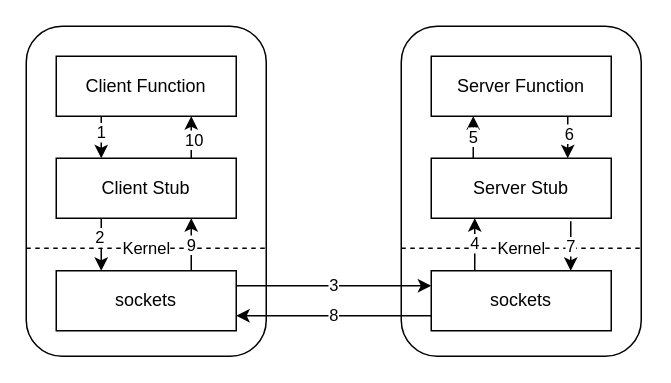
This is RPC过程调用.drawio from scpyzl/learngit, a draw.io file, before an edit. Source tidied: cells renumbered, new cells numbered last; positions are measured from the earlier drawing's top-left corner, leaving out a move shared by most shapes. Both pictures are drawn from the tidied source at 150%, with x=0, y=0 at pixel (26, 26).
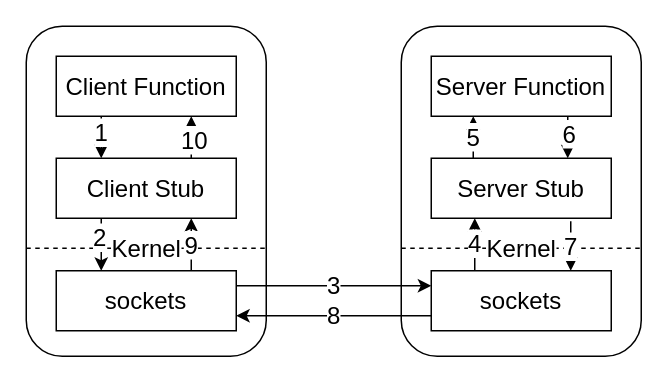
Above is the later version.

Commit message:
更新RPC过程调用.drawio

Diff of the diagram source:
```diff
@@
-    <mxCell id="2" style="group;" parent="1" vertex="1">
+    <mxCell id="2" style="group;fontSize=16;" parent="1" vertex="1">
       <mxGeometry width="160.6" height="220" as="geometry" />
     </mxCell>
-    <mxCell id="3" style="rounded=1;whiteSpace=wrap;html=1;" parent="2" vertex="1">
+    <mxCell id="3" style="rounded=1;whiteSpace=wrap;html=1;fontSize=16;" parent="2" vertex="1">
       <mxGeometry width="160" height="220" as="geometry" />
     </mxCell>
-    <mxCell id="4" value="Client Function" style="rounded=0;whiteSpace=wrap;html=1;" parent="2" vertex="1">
+    <mxCell id="4" value="Client Function" style="rounded=0;whiteSpace=wrap;html=1;fontSize=16;" parent="2" vertex="1">
       <mxGeometry x="20" y="20" width="120" height="40" as="geometry" />
     </mxCell>
-    <mxCell id="5" value="Client Stub" style="rounded=0;whiteSpace=wrap;html=1;" parent="2" vertex="1">
+    <mxCell id="5" value="Client Stub" style="rounded=0;whiteSpace=wrap;html=1;fontSize=16;" parent="2" vertex="1">
       <mxGeometry x="20" y="88" width="120" height="40" as="geometry" />
     </mxCell>
-    <mxCell id="6" value="sockets" style="rounded=0;whiteSpace=wrap;html=1;" parent="2" vertex="1">
+    <mxCell id="6" value="sockets" style="rounded=0;whiteSpace=wrap;html=1;fontSize=16;" parent="2" vertex="1">
       <mxGeometry x="20" y="163" width="120" height="40" as="geometry" />
     </mxCell>
-    <mxCell id="7" value="Kernel" style="endArrow=none;dashed=1;html=1;rounded=0;entryX=1.004;entryY=0.682;entryDx=0;entryDy=0;entryPerimeter=0;" parent="2" edge="1">
+    <mxCell id="7" value="Kernel" style="endArrow=none;dashed=1;html=1;rounded=0;entryX=1.004;entryY=0.682;entryDx=0;entryDy=0;entryPerimeter=0;fontSize=16;" parent="2" edge="1">
       <mxGeometry relative="1" as="geometry">
         <mxPoint y="148" as="sourcePoint" />
         <mxPoint x="160.6" y="148" as="targetPoint" />
       </mxGeometry>
     </mxCell>
-    <mxCell id="8" style="endArrow=classic;html=1;rounded=0;exitX=0.25;exitY=1;exitDx=0;exitDy=0;entryX=0.25;entryY=0;entryDx=0;entryDy=0;" parent="2" edge="1" source="4" target="5">
+    <mxCell id="8" style="endArrow=classic;html=1;rounded=0;exitX=0.25;exitY=1;exitDx=0;exitDy=0;entryX=0.25;entryY=0;entryDx=0;entryDy=0;fontSize=16;" parent="2" edge="1" source="4" target="5">
       <mxGeometry relative="1" as="geometry" />
     </mxCell>
-    <mxCell id="9" value="1" style="edgeLabel;html=1;align=center;verticalAlign=middle;" parent="8" vertex="1">
+    <mxCell id="9" value="1" style="edgeLabel;html=1;align=center;verticalAlign=middle;fontSize=16;" parent="8" vertex="1">
       <mxGeometry x="-0.26" relative="1" as="geometry" />
     </mxCell>
-    <mxCell id="10" style="endArrow=classic;html=1;rounded=0;exitX=0.25;exitY=1;exitDx=0;exitDy=0;entryX=0.25;entryY=0;entryDx=0;entryDy=0;" parent="2" edge="1" target="6">
+    <mxCell id="10" style="endArrow=classic;html=1;rounded=0;exitX=0.25;exitY=1;exitDx=0;exitDy=0;entryX=0.25;entryY=0;entryDx=0;entryDy=0;fontSize=16;" parent="2" edge="1" target="6">
       <mxGeometry relative="1" as="geometry">
         <mxPoint x="50" y="128" as="sourcePoint" />
       </mxGeometry>
     </mxCell>
-    <mxCell id="11" value="2" style="edgeLabel;html=1;align=center;verticalAlign=middle;" parent="10" vertex="1">
+    <mxCell id="11" value="2" style="edgeLabel;html=1;align=center;verticalAlign=middle;fontSize=16;" parent="10" vertex="1">
       <mxGeometry x="-0.3" y="-1" relative="1" as="geometry" />
     </mxCell>
-    <mxCell id="12" style="endArrow=classic;html=1;rounded=0;exitX=0.75;exitY=0;exitDx=0;exitDy=0;entryX=0.75;entryY=1;entryDx=0;entryDy=0;" parent="2" edge="1" source="6" target="5">
+    <mxCell id="12" style="endArrow=classic;html=1;rounded=0;exitX=0.75;exitY=0;exitDx=0;exitDy=0;entryX=0.75;entryY=1;entryDx=0;entryDy=0;fontSize=16;" parent="2" edge="1" source="6" target="5">
       <mxGeometry relative="1" as="geometry" />
     </mxCell>
-    <mxCell id="13" value="9" style="edgeLabel;html=1;align=center;verticalAlign=middle;" parent="12" vertex="1">
+    <mxCell id="13" value="9" style="edgeLabel;html=1;align=center;verticalAlign=middle;fontSize=16;" parent="12" vertex="1">
       <mxGeometry x="0.01" y="1" relative="1" as="geometry" />
     </mxCell>
-    <mxCell id="14" style="endArrow=classic;html=1;rounded=0;exitX=0.75;exitY=0;exitDx=0;exitDy=0;" parent="2" edge="1">
+    <mxCell id="14" style="endArrow=classic;html=1;rounded=0;exitX=0.75;exitY=0;exitDx=0;exitDy=0;fontSize=16;" parent="2" edge="1">
       <mxGeometry relative="1" as="geometry">
         <mxPoint x="110" y="88" as="sourcePoint" />
         <mxPoint x="110" y="60" as="targetPoint" />
       </mxGeometry>
     </mxCell>
-    <mxCell id="15" value="10" style="edgeLabel;html=1;align=center;verticalAlign=middle;" parent="14" vertex="1">
+    <mxCell id="15" value="10" style="edgeLabel;html=1;align=center;verticalAlign=middle;fontSize=16;" parent="14" vertex="1">
       <mxGeometry x="-0.1" y="-1" relative="1" as="geometry" />
     </mxCell>
-    <mxCell id="16" style="group;" parent="1" vertex="1">
+    <mxCell id="16" style="group;fontSize=16;" parent="1" vertex="1">
       <mxGeometry x="250" width="160.6" height="220" as="geometry" />
     </mxCell>
-    <mxCell id="17" style="rounded=1;whiteSpace=wrap;html=1;" parent="16" vertex="1">
+    <mxCell id="17" style="rounded=1;whiteSpace=wrap;html=1;fontSize=16;" parent="16" vertex="1">
       <mxGeometry width="160" height="220" as="geometry" />
     </mxCell>
-    <mxCell id="18" value="Server Function" style="rounded=0;whiteSpace=wrap;html=1;" parent="16" vertex="1">
+    <mxCell id="18" value="Server Function" style="rounded=0;whiteSpace=wrap;html=1;fontSize=16;" parent="16" vertex="1">
       <mxGeometry x="20" y="20" width="120" height="40" as="geometry" />
     </mxCell>
-    <mxCell id="19" value="Server Stub" style="rounded=0;whiteSpace=wrap;html=1;" parent="16" vertex="1">
+    <mxCell id="19" value="Server Stub" style="rounded=0;whiteSpace=wrap;html=1;fontSize=16;" parent="16" vertex="1">
       <mxGeometry x="20" y="88" width="120" height="40" as="geometry" />
     </mxCell>
-    <mxCell id="20" value="sockets" style="rounded=0;whiteSpace=wrap;html=1;" parent="16" vertex="1">
+    <mxCell id="20" value="sockets" style="rounded=0;whiteSpace=wrap;html=1;fontSize=16;" parent="16" vertex="1">
       <mxGeometry x="20" y="163" width="120" height="40" as="geometry" />
     </mxCell>
-    <mxCell id="21" value="Kernel" style="endArrow=none;dashed=1;html=1;rounded=0;entryX=1.004;entryY=0.682;entryDx=0;entryDy=0;entryPerimeter=0;" parent="16" edge="1">
+    <mxCell id="21" value="Kernel" style="endArrow=none;dashed=1;html=1;rounded=0;entryX=1.004;entryY=0.682;entryDx=0;entryDy=0;entryPerimeter=0;fontSize=16;" parent="16" edge="1">
       <mxGeometry relative="1" as="geometry">
         <mxPoint y="148" as="sourcePoint" />
         <mxPoint x="160.6" y="148" as="targetPoint" />
       </mxGeometry>
     </mxCell>
-    <mxCell id="22" style="endArrow=classic;html=1;rounded=0;exitX=0.25;exitY=1;exitDx=0;exitDy=0;entryX=0.25;entryY=0;entryDx=0;entryDy=0;" parent="16" edge="1">
+    <mxCell id="22" style="endArrow=classic;html=1;rounded=0;exitX=0.25;exitY=1;exitDx=0;exitDy=0;entryX=0.25;entryY=0;entryDx=0;entryDy=0;fontSize=16;" parent="16" edge="1">
       <mxGeometry relative="1" as="geometry">
         <mxPoint x="111" y="60" as="sourcePoint" />
         <mxPoint x="111" y="88" as="targetPoint" />
       </mxGeometry>
     </mxCell>
-    <mxCell id="23" value="6" style="edgeLabel;html=1;align=center;verticalAlign=middle;" parent="22" vertex="1">
+    <mxCell id="23" value="6" style="edgeLabel;html=1;align=center;verticalAlign=middle;fontSize=16;" parent="22" vertex="1">
       <mxGeometry x="-0.19" relative="1" as="geometry" />
     </mxCell>
-    <mxCell id="24" value="4" style="endArrow=classic;html=1;rounded=0;exitX=0.75;exitY=0;exitDx=0;exitDy=0;entryX=0.75;entryY=1;entryDx=0;entryDy=0;" parent="16" edge="1">
+    <mxCell id="24" value="4" style="endArrow=classic;html=1;rounded=0;exitX=0.75;exitY=0;exitDx=0;exitDy=0;entryX=0.75;entryY=1;entryDx=0;entryDy=0;fontSize=16;" parent="16" edge="1">
       <mxGeometry relative="1" as="geometry">
         <mxPoint x="49" y="163" as="sourcePoint" />
         <mxPoint x="49" y="128" as="targetPoint" />
       </mxGeometry>
     </mxCell>
-    <mxCell id="25" value="5" style="endArrow=classic;html=1;rounded=0;exitX=0.75;exitY=0;exitDx=0;exitDy=0;" parent="16" edge="1">
+    <mxCell id="25" value="5" style="endArrow=classic;html=1;rounded=0;exitX=0.75;exitY=0;exitDx=0;exitDy=0;fontSize=16;" parent="16" edge="1">
       <mxGeometry relative="1" as="geometry">
         <mxPoint x="48" y="88" as="sourcePoint" />
         <mxPoint x="48" y="60" as="targetPoint" />
       </mxGeometry>
     </mxCell>
-    <mxCell id="26" value="7" style="endArrow=classic;html=1;rounded=0;" parent="16" edge="1">
+    <mxCell id="26" value="7" style="endArrow=classic;html=1;rounded=0;fontSize=16;" parent="16" edge="1">
       <mxGeometry relative="1" as="geometry">
         <mxPoint x="113" y="130" as="sourcePoint" />
         <mxPoint x="113" y="163" as="targetPoint" />
       </mxGeometry>
     </mxCell>
-    <mxCell id="27" value="3" style="endArrow=classic;html=1;rounded=0;exitX=1;exitY=0.25;exitDx=0;exitDy=0;entryX=0;entryY=0.25;entryDx=0;entryDy=0;" parent="1" edge="1" source="6" target="20">
+    <mxCell id="27" value="3" style="endArrow=classic;html=1;rounded=0;exitX=1;exitY=0.25;exitDx=0;exitDy=0;entryX=0;entryY=0.25;entryDx=0;entryDy=0;fontSize=16;" parent="1" edge="1" source="6" target="20">
       <mxGeometry relative="1" as="geometry" />
     </mxCell>
-    <mxCell id="28" value="8" style="endArrow=classic;html=1;rounded=0;entryX=1;entryY=0.75;entryDx=0;entryDy=0;exitX=0;exitY=0.75;exitDx=0;exitDy=0;" parent="1" edge="1" source="20" target="6">
+    <mxCell id="28" value="8" style="endArrow=classic;html=1;rounded=0;entryX=1;entryY=0.75;entryDx=0;entryDy=0;exitX=0;exitY=0.75;exitDx=0;exitDy=0;fontSize=16;" parent="1" edge="1" source="20" target="6">
       <mxGeometry relative="1" as="geometry" />
     </mxCell>
```
